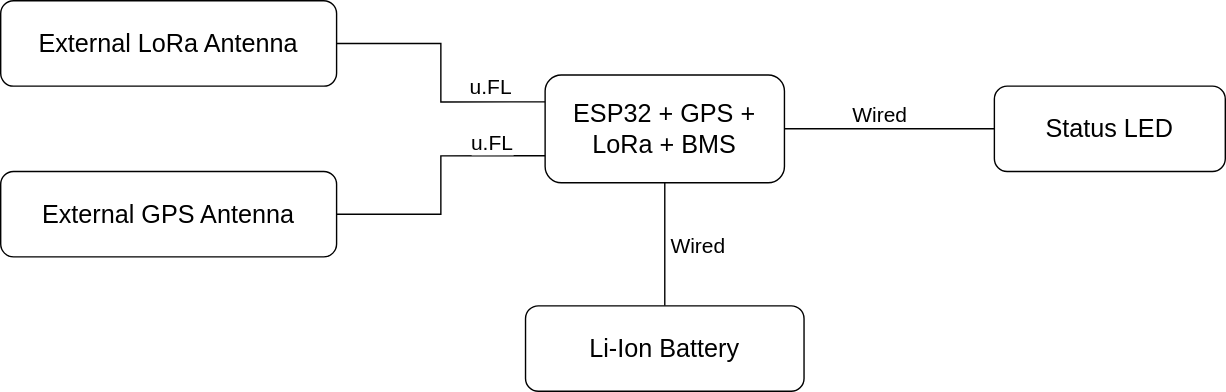
The draw.io diagram SailTrack Radio/hardware-diagram.svg in metisvela/sailtrack, before a commit. Source tidied: cells renumbered, new cells last; positions are measured from the earlier drawing's top-left corner, leaving out a move shared by most shapes.
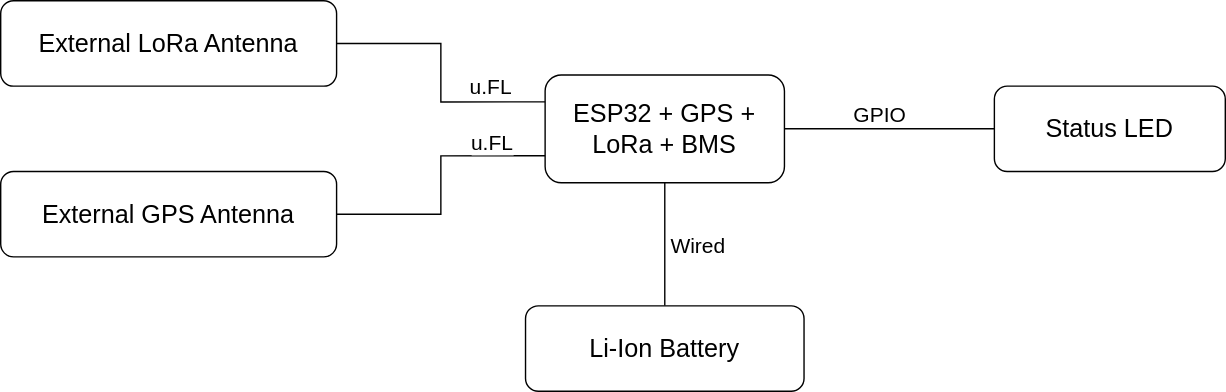
Above is the later version.

Diff of the diagram source:
```diff
@@ -5,7 +5,7 @@
     <mxCell id="2" style="edgeStyle=orthogonalEdgeStyle;rounded=0;jettySize=auto;html=1;exitX=1;exitY=0.5;exitDx=0;exitDy=0;entryX=0;entryY=0.5;entryDx=0;entryDy=0;endArrow=none;endFill=0;fontSize=15;" parent="1" edge="1" source="4" target="14">
       <mxGeometry relative="1" as="geometry" />
     </mxCell>
-    <mxCell id="3" value="Wired" style="edgeLabel;html=1;align=center;verticalAlign=bottom;fontSize=15;" parent="2" vertex="1">
+    <mxCell id="3" value="GPIO" style="edgeLabel;html=1;align=center;verticalAlign=bottom;fontSize=15;" parent="2" vertex="1">
       <mxGeometry x="-0.66" relative="1" as="geometry">
         <mxPoint x="42.7" as="offset" />
       </mxGeometry>
```
